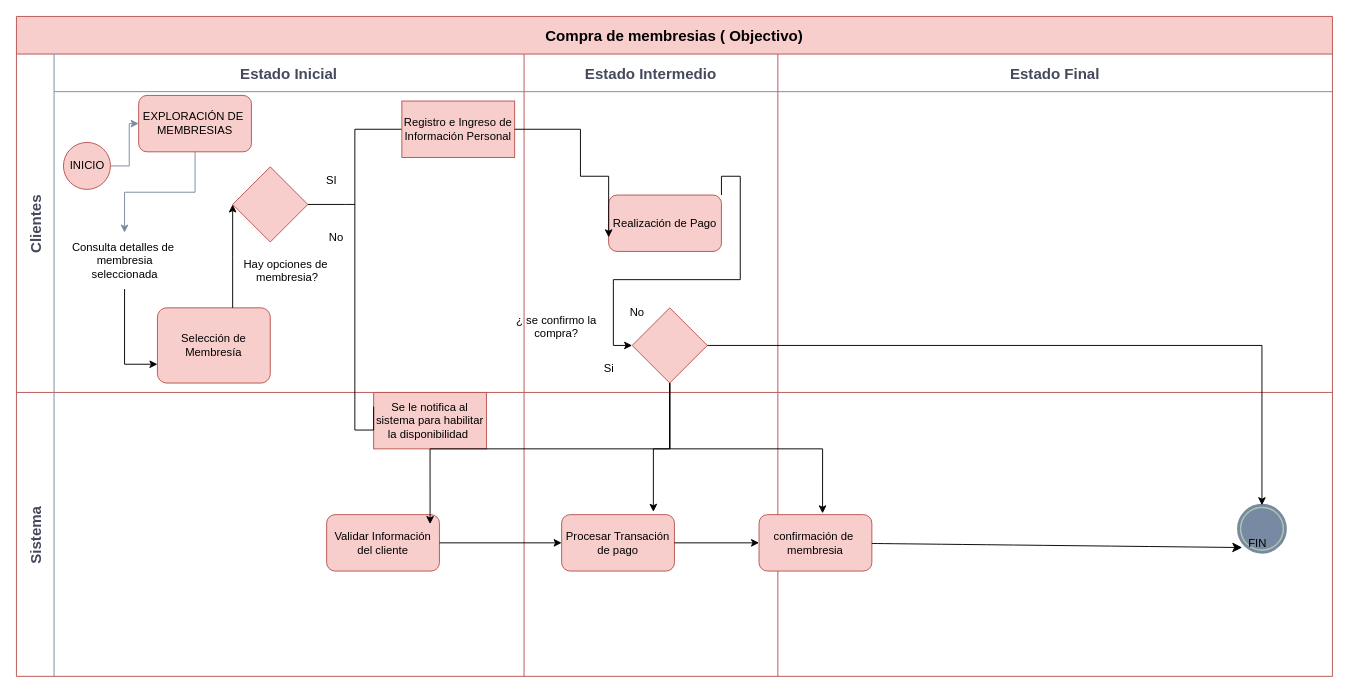
Above: page "Modelo BPMN-objectivo" (2 of 6) of 1.Planear/MAKUMBASPORTS.drawio in Ale-pool/MAKUMBASPORTS (draw.io), before the change. Source tidied: cells renumbered, new cells numbered last; positions are measured from the earlier drawing's top-left corner, leaving out a move shared by most shapes. Both pictures are drawn from the tidied source at 94%, with x=0, y=0 at pixel (16, 16).
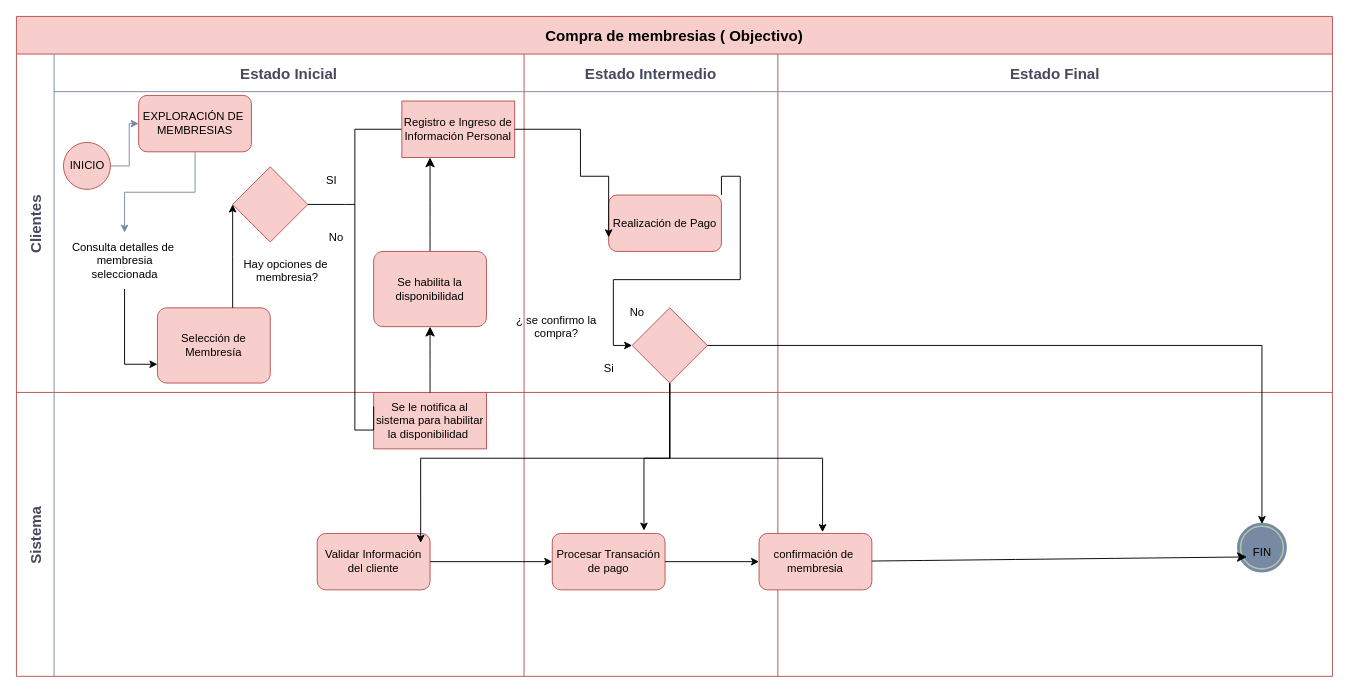
The same diagram, later.

The change refers to these unchanged cells:
```xml
<mxCell id="2" value="Compra de membresias ( Objectivo)" style="shape=table;childLayout=tableLayout;startSize=40;fontSize=16;fontStyle=1;labelBackgroundColor=none;fillColor=#f8cecc;strokeColor=#b85450;" parent="1" vertex="1">
  <mxGeometry width="1400" height="702" as="geometry" />
</mxCell>
<mxCell id="4" value="Estado Inicial" style="swimlane;swimlaneHead=0;swimlaneBody=0;fontStyle=1;fillColor=none;startSize=40;fontSize=16;labelBackgroundColor=none;strokeColor=#788AA3;fontColor=#46495D;" parent="3" vertex="1">
  <mxGeometry x="40" width="500" height="360" as="geometry" />
</mxCell>
<mxCell id="17" value="Registro e Ingreso de Información Personal" style="rounded=0;whiteSpace=wrap;html=1;fillColor=#f8cecc;strokeColor=#b85450;" parent="4" vertex="1">
  <mxGeometry x="370" y="50" width="120" height="60" as="geometry" />
</mxCell>
<mxCell id="31" style="swimlane;swimlaneHead=0;swimlaneBody=0;fontStyle=1;fillColor=none;startSize=0;fontSize=16;labelBackgroundColor=none;strokeColor=#788AA3;fontColor=#46495D;" parent="30" vertex="1">
  <mxGeometry x="40" width="500" height="302" as="geometry" />
</mxCell>
<mxCell id="32" value="Se le notifica al sistema para habilitar la disponibilidad&amp;nbsp;" style="rounded=0;whiteSpace=wrap;html=1;fillColor=#f8cecc;strokeColor=#b85450;" parent="31" vertex="1">
  <mxGeometry x="340" width="120" height="60" as="geometry" />
</mxCell>
<mxCell id="35" style="swimlane;swimlaneHead=0;swimlaneBody=0;fontStyle=1;fillColor=none;startSize=0;fontSize=16;labelBackgroundColor=none;strokeColor=#788AA3;fontColor=#46495D;" parent="30" vertex="1">
  <mxGeometry x="540" width="270" height="302" as="geometry" />
</mxCell>
<mxCell id="37" style="swimlane;swimlaneHead=0;swimlaneBody=0;fontStyle=1;fillColor=none;startSize=0;fontSize=16;labelBackgroundColor=none;strokeColor=#788AA3;fontColor=#46495D;" parent="30" vertex="1">
  <mxGeometry x="810" width="590" height="302" as="geometry" />
</mxCell>
```

Diff of the diagram source:
```diff
@@
+    <mxCell id="49" style="edgeStyle=none;curved=1;rounded=0;jettySize=auto;html=1;exitX=0.5;exitY=0;exitDx=0;exitDy=0;exitPerimeter=0;entryX=0.25;entryY=1;entryDx=0;entryDy=0;fontSize=12;startSize=8;endSize=8;" parent="4" edge="1" source="50" target="17">
+      <mxGeometry relative="1" as="geometry" />
+    </mxCell>
+    <mxCell id="50" value="Se habilita la&lt;div&gt;disponibilidad&lt;/div&gt;" style="points=[[0.25,0,0],[0.5,0,0],[0.75,0,0],[1,0.25,0],[1,0.5,0],[1,0.75,0],[0.75,1,0],[0.5,1,0],[0.25,1,0],[0,0.75,0],[0,0.5,0],[0,0.25,0]];shape=mxgraph.bpmn.task;whiteSpace=wrap;rectStyle=rounded;size=10;html=1;taskMarker=abstract;fillColor=#f8cecc;strokeColor=#b85450;" parent="4" vertex="1">
+      <mxGeometry x="340" y="210" width="120" height="80" as="geometry" />
+    </mxCell>
@@
     <mxCell id="34" value="Validar Información del cliente" style="rounded=1;whiteSpace=wrap;html=1;strokeColor=#b85450;fillColor=#f8cecc;" parent="31" vertex="1">
-      <mxGeometry x="290" y="130" width="120" height="60" as="geometry" />
+      <mxGeometry x="280" y="150" width="120" height="60" as="geometry" />
     </mxCell>
@@
     <mxCell id="36" value="Procesar Transación de pago" style="rounded=1;whiteSpace=wrap;html=1;strokeColor=#b85450;fillColor=#f8cecc;" parent="35" vertex="1">
-      <mxGeometry x="40" y="130" width="120" height="60" as="geometry" />
+      <mxGeometry x="30" y="150" width="120" height="60" as="geometry" />
     </mxCell>
@@
     <mxCell id="38" style="points=[[0.145,0.145,0],[0.5,0,0],[0.855,0.145,0],[1,0.5,0],[0.855,0.855,0],[0.5,1,0],[0.145,0.855,0],[0,0.5,0]];shape=mxgraph.bpmn.event;html=1;verticalLabelPosition=bottom;labelBackgroundColor=#ffffff;verticalAlign=top;align=center;perimeter=ellipsePerimeter;outlineConnect=0;outline=end;symbol=terminate;strokeColor=#788AA3;fontColor=#46495D;fillColor=#B2C9AB;" parent="37" vertex="1">
-      <mxGeometry x="490" y="120" width="50" height="50" as="geometry" />
+      <mxGeometry x="490" y="140" width="50" height="50" as="geometry" />
     </mxCell>
     <mxCell id="39" value="FIN" style="text;html=1;align=center;verticalAlign=middle;points=[];strokeColor=none;fillColor=none;" parent="37" vertex="1">
-      <mxGeometry x="490" y="146" width="40" height="30" as="geometry" />
+      <mxGeometry x="495" y="156" width="40" height="30" as="geometry" />
     </mxCell>
     <mxCell id="40" value="confirmación de&amp;nbsp;&lt;div&gt;membresia&lt;/div&gt;" style="rounded=1;whiteSpace=wrap;html=1;strokeColor=#b85450;fillColor=#f8cecc;" parent="37" vertex="1">
-      <mxGeometry x="-20" y="130" width="120" height="60" as="geometry" />
+      <mxGeometry x="-20" y="150" width="120" height="60" as="geometry" />
     </mxCell>
@@
+    <mxCell id="51" style="edgeStyle=none;curved=1;rounded=0;jettySize=auto;html=1;exitX=0.5;exitY=0;exitDx=0;exitDy=0;entryX=0.5;entryY=1;entryDx=0;entryDy=0;fontSize=12;startSize=8;endSize=8;entryPerimeter=0;" parent="2" edge="1" source="32" target="50">
+      <mxGeometry relative="1" as="geometry" />
+    </mxCell>
```
